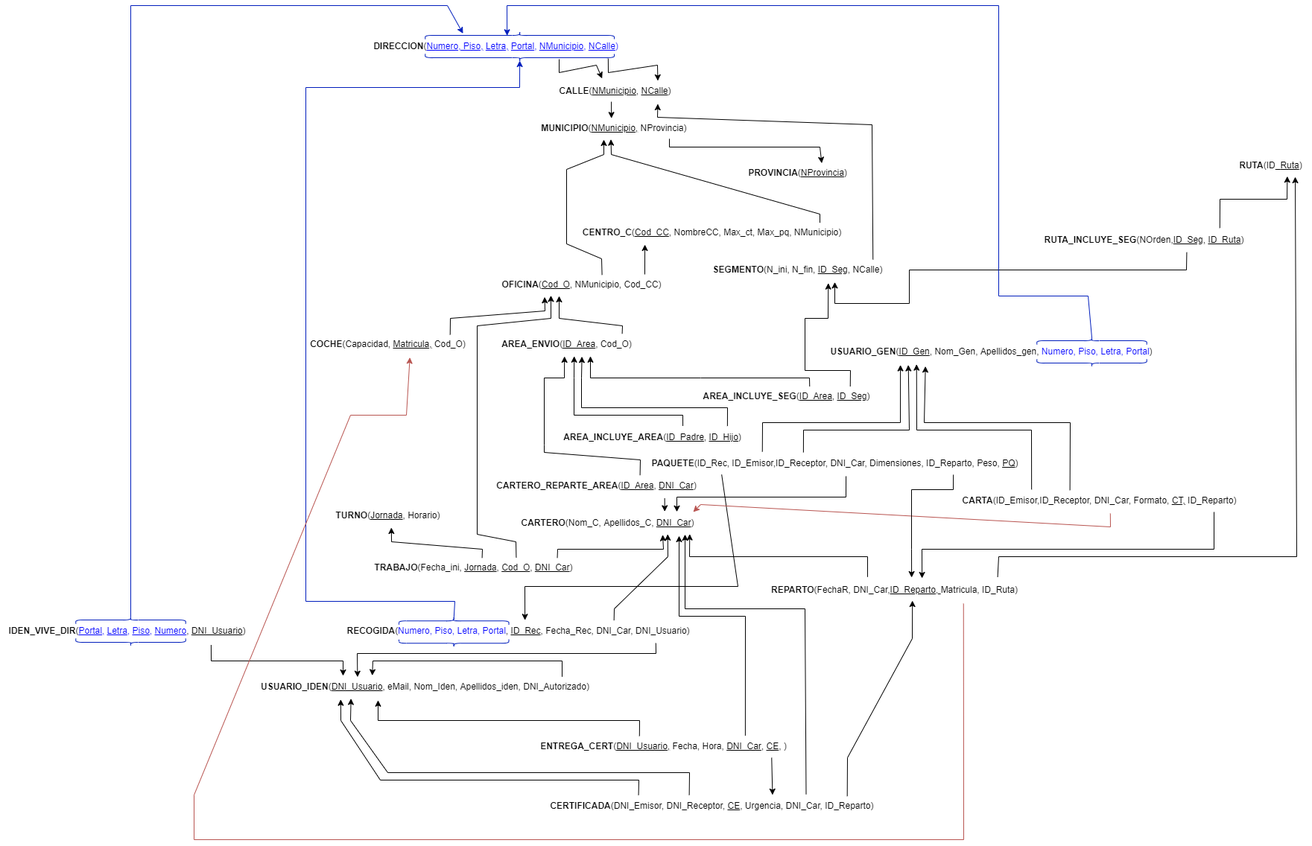
The draw.io diagram Hito1/Modelo relacional.drawio.png in ErYavi/BBDD22, before a commit. Source tidied: cells renumbered, new cells last; positions are measured from the earlier drawing's top-left corner, leaving out a move shared by most shapes.
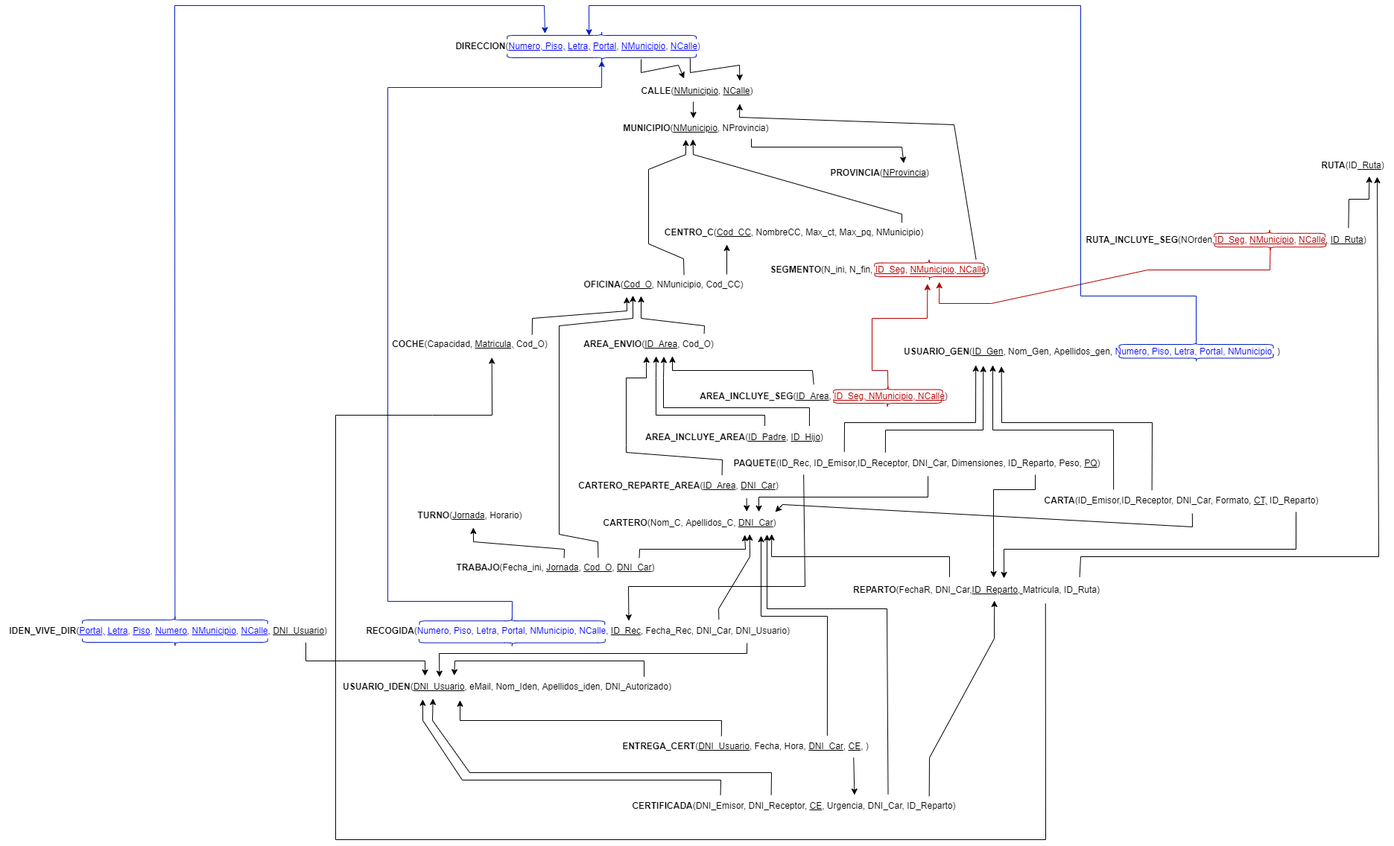
The same diagram one commit later.

Diff of the diagram source:
```diff
@@ -55,4 +55,4 @@
     </mxCell>
-    <mxCell id="13" value="&lt;b&gt;SEGMENTO&lt;/b&gt;(N_ini, N_fin, &lt;u&gt;ID_Seg&lt;/u&gt;, NCalle)" style="text;html=1;align=center;verticalAlign=middle;points=[];strokeColor=none;fillColor=none;" parent="1" vertex="1">
-      <mxGeometry x="945" y="427" width="250" height="30" as="geometry" />
+    <mxCell id="13" value="&lt;b&gt;SEGMENTO&lt;/b&gt;(N_ini, N_fin, &lt;font color=&quot;#b20000&quot;&gt;&lt;u&gt;ID_Seg&lt;/u&gt;, &lt;u&gt;NMunicipio&lt;/u&gt;,&lt;u&gt; NCalle&lt;/u&gt;&lt;/font&gt;)" style="text;html=1;align=center;verticalAlign=middle;points=[];strokeColor=none;fillColor=none;" parent="1" vertex="1">
+      <mxGeometry x="910" y="427" width="320" height="30" as="geometry" />
     </mxCell>
@@ -77,12 +77,12 @@
     </mxCell>
-    <mxCell id="17" value="&lt;b&gt;RUTA_INCLUYE_SEG&lt;/b&gt;(NOrden,&lt;u&gt;ID_Seg,&lt;/u&gt;&amp;nbsp;&lt;u&gt;ID_Ruta&lt;/u&gt;)" style="text;html=1;align=center;verticalAlign=middle;points=[];strokeColor=none;fillColor=none;" parent="1" vertex="1">
-      <mxGeometry x="1390" y="387" width="290" height="30" as="geometry" />
+    <mxCell id="17" value="&lt;b&gt;RUTA_INCLUYE_SEG&lt;/b&gt;(NOrden,&lt;font color=&quot;#b20000&quot;&gt;&lt;u&gt;ID_Seg&lt;/u&gt;,&amp;nbsp;&lt;u&gt;NMunicipio&lt;/u&gt;,&amp;nbsp;&lt;/font&gt;&lt;u&gt;&lt;font color=&quot;#b20000&quot;&gt;NCalle&lt;/font&gt;,&lt;/u&gt;&amp;nbsp;&lt;u&gt;ID_Ruta&lt;/u&gt;)" style="text;html=1;align=center;verticalAlign=middle;points=[];strokeColor=none;fillColor=none;" parent="1" vertex="1">
+      <mxGeometry x="1335" y="387" width="400" height="30" as="geometry" />
     </mxCell>
-    <mxCell id="18" style="endArrow=classic;html=1;rounded=0;entryX=0.7;entryY=1.044;entryDx=0;entryDy=0;entryPerimeter=0;exitX=0.698;exitY=1.044;exitDx=0;exitDy=0;exitPerimeter=0;" parent="1" edge="1" source="17" target="13">
+    <mxCell id="18" style="endArrow=classic;html=1;rounded=0;entryX=0.751;entryY=1.039;entryDx=0;entryDy=0;entryPerimeter=0;exitX=0.1;exitY=0.5;exitDx=0;exitDy=0;exitPerimeter=0;fillColor=#e51400;strokeColor=#B20000;" parent="1" edge="1" source="83" target="13">
       <mxGeometry relative="1" as="geometry">
         <Array as="points">
-          <mxPoint x="1592" y="442" />
-          <mxPoint x="1220" y="442" />
+          <mxPoint x="1594" y="442" />
+          <mxPoint x="1430" y="442" />
           <mxPoint x="1220" y="487" />
-          <mxPoint x="1120" y="487" />
+          <mxPoint x="1150" y="487" />
         </Array>
@@ -90,6 +90,6 @@
     </mxCell>
-    <mxCell id="19" style="endArrow=classic;html=1;rounded=0;entryX=0.703;entryY=0.975;entryDx=0;entryDy=0;entryPerimeter=0;exitX=0.851;exitY=-0.044;exitDx=0;exitDy=0;exitPerimeter=0;" parent="1" edge="1" source="17" target="12">
+    <mxCell id="19" style="endArrow=classic;html=1;rounded=0;entryX=0.703;entryY=0.975;entryDx=0;entryDy=0;entryPerimeter=0;exitX=0.911;exitY=-0.044;exitDx=0;exitDy=0;exitPerimeter=0;" parent="1" edge="1" source="17" target="12">
       <mxGeometry relative="1" as="geometry">
         <Array as="points">
-          <mxPoint x="1637" y="347" />
+          <mxPoint x="1700" y="347" />
           <mxPoint x="1727" y="347" />
@@ -131,11 +131,10 @@
     </mxCell>
-    <mxCell id="25" value="&lt;b&gt;AREA_INCLUYE_SEG&lt;/b&gt;(&lt;u&gt;ID_Area&lt;/u&gt;, &lt;u&gt;ID_Seg&lt;/u&gt;)" style="text;html=1;align=center;verticalAlign=middle;points=[];strokeColor=none;fillColor=none;" parent="1" vertex="1">
-      <mxGeometry x="930" y="597" width="250" height="30" as="geometry" />
+    <mxCell id="25" value="&lt;b&gt;AREA_INCLUYE_SEG&lt;/b&gt;(&lt;u&gt;ID_Area&lt;/u&gt;, &lt;u&gt;&lt;font color=&quot;#b20000&quot;&gt;ID_Seg,&amp;nbsp;&lt;/font&gt;&lt;/u&gt;&lt;u style=&quot;color: rgb(178, 0, 0);&quot;&gt;NMunicipio&lt;/u&gt;&lt;span style=&quot;color: rgb(178, 0, 0);&quot;&gt;,&lt;/span&gt;&lt;u style=&quot;color: rgb(178, 0, 0);&quot;&gt;&amp;nbsp;NCalle&lt;/u&gt;)" style="text;html=1;align=center;verticalAlign=middle;points=[];strokeColor=none;fillColor=none;" parent="1" vertex="1">
+      <mxGeometry x="815" y="597" width="360" height="30" as="geometry" />
     </mxCell>
-    <mxCell id="26" style="endArrow=classic;html=1;rounded=0;exitX=0.625;exitY=0.044;exitDx=0;exitDy=0;exitPerimeter=0;entryX=0.66;entryY=1.029;entryDx=0;entryDy=0;entryPerimeter=0;" parent="1" edge="1" source="25" target="20">
+    <mxCell id="26" style="endArrow=classic;html=1;rounded=0;exitX=0.463;exitY=-0.044;exitDx=0;exitDy=0;exitPerimeter=0;entryX=0.66;entryY=1.029;entryDx=0;entryDy=0;entryPerimeter=0;" parent="1" edge="1" source="25" target="20">
       <mxGeometry relative="1" as="geometry">
         <Array as="points">
-          <mxPoint x="1086" y="587" />
-          <mxPoint x="940" y="587" />
-          <mxPoint x="792" y="587" />
+          <mxPoint x="980" y="577" />
+          <mxPoint x="792" y="577" />
         </Array>
@@ -143,9 +142,9 @@
     </mxCell>
-    <mxCell id="27" style="endArrow=classic;html=1;rounded=0;exitX=0.843;exitY=0.044;exitDx=0;exitDy=0;exitPerimeter=0;entryX=0.665;entryY=1.09;entryDx=0;entryDy=0;entryPerimeter=0;" parent="1" edge="1" source="25" target="13">
+    <mxCell id="27" style="endArrow=classic;html=1;rounded=0;exitX=0.1;exitY=0.5;exitDx=0;exitDy=0;exitPerimeter=0;entryX=0.701;entryY=1.122;entryDx=0;entryDy=0;entryPerimeter=0;fillColor=#e51400;strokeColor=#B20000;" parent="1" edge="1" source="88" target="13">
       <mxGeometry relative="1" as="geometry">
         <Array as="points">
-          <mxPoint x="1141" y="577" />
-          <mxPoint x="1080" y="577" />
-          <mxPoint x="1080" y="507" />
-          <mxPoint x="1111" y="507" />
+          <mxPoint x="1081" y="577" />
+          <mxPoint x="1060" y="577" />
+          <mxPoint x="1060" y="507" />
+          <mxPoint x="1134" y="507" />
         </Array>
@@ -224,9 +223,9 @@
     </mxCell>
-    <mxCell id="40" value="&lt;b&gt;RECOGIDA&lt;/b&gt;(&lt;font color=&quot;#0000ff&quot;&gt;Numero, Piso, Letra, Portal&lt;/font&gt;,&amp;nbsp;&lt;u&gt;ID_Rec&lt;/u&gt;, Fecha_Rec, DNI_Car, DNI_Usuario)" style="text;html=1;align=center;verticalAlign=middle;points=[];strokeColor=none;fillColor=none;" parent="1" vertex="1">
-      <mxGeometry x="455" y="912" width="480" height="30" as="geometry" />
+    <mxCell id="40" value="&lt;b&gt;RECOGIDA&lt;/b&gt;(&lt;font color=&quot;#0000ff&quot;&gt;Numero, Piso, Letra, Portal&lt;/font&gt;, &lt;font color=&quot;#0000ff&quot;&gt;NMunicipio, NCalle,&lt;/font&gt;&amp;nbsp;&lt;u&gt;ID_Rec&lt;/u&gt;, Fecha_Rec, DNI_Car, DNI_Usuario)" style="text;html=1;align=center;verticalAlign=middle;points=[];strokeColor=none;fillColor=none;" parent="1" vertex="1">
+      <mxGeometry x="370" y="912" width="590" height="30" as="geometry" />
     </mxCell>
-    <mxCell id="41" style="endArrow=classic;html=1;rounded=0;entryX=0.823;entryY=0.994;entryDx=0;entryDy=0;entryPerimeter=0;exitX=0.768;exitY=0.019;exitDx=0;exitDy=0;exitPerimeter=0;" parent="1" edge="1" source="40" target="30">
+    <mxCell id="41" style="endArrow=classic;html=1;rounded=0;entryX=0.823;entryY=0.994;entryDx=0;entryDy=0;entryPerimeter=0;exitX=0.821;exitY=-0.017;exitDx=0;exitDy=0;exitPerimeter=0;" parent="1" edge="1" source="40" target="30">
       <mxGeometry relative="1" as="geometry">
         <Array as="points">
-          <mxPoint x="824" y="897" />
+          <mxPoint x="854" y="897" />
           <mxPoint x="896" y="827" />
@@ -238,3 +237,3 @@
         <Array as="points">
-          <mxPoint x="610" y="887" />
+          <mxPoint x="577" y="887" />
           <mxPoint x="410" y="887" />
@@ -259,3 +258,3 @@
         <Array as="points">
-          <mxPoint x="880" y="957" />
+          <mxPoint x="892" y="957" />
           <mxPoint x="479" y="957" />
@@ -323,9 +322,9 @@
     </mxCell>
-    <mxCell id="55" value="&lt;b&gt;USUARIO_GEN&lt;/b&gt;(&lt;u&gt;ID_Gen&lt;/u&gt;, Nom_Gen, Apellidos_gen, &lt;font color=&quot;#0000ff&quot;&gt;Numero, Piso, Letra, Portal&lt;/font&gt;)" style="text;html=1;align=center;verticalAlign=middle;points=[];strokeColor=none;fillColor=none;" parent="1" vertex="1">
-      <mxGeometry x="1100" y="537" width="460" height="30" as="geometry" />
+    <mxCell id="55" value="&lt;b&gt;USUARIO_GEN&lt;/b&gt;(&lt;u&gt;ID_Gen&lt;/u&gt;, Nom_Gen, Apellidos_gen, &lt;font color=&quot;#0000ff&quot;&gt;Numero, Piso, Letra, Portal, NMunicipio,&amp;nbsp;&lt;/font&gt;)" style="text;html=1;align=center;verticalAlign=middle;points=[];strokeColor=none;fillColor=none;" parent="1" vertex="1">
+      <mxGeometry x="1090" y="537" width="530" height="30" as="geometry" />
     </mxCell>
-    <mxCell id="56" value="&lt;b&gt;IDEN_VIVE_DIR&lt;/b&gt;(&lt;font color=&quot;#0000ff&quot;&gt;&lt;u&gt;Portal,&lt;/u&gt;&amp;nbsp;&lt;u&gt;Letra&lt;/u&gt;, &lt;u&gt;Piso&lt;/u&gt;, &lt;u&gt;Numero&lt;/u&gt;&lt;/font&gt;, &lt;u&gt;DNI_Usuario&lt;/u&gt;)" style="text;html=1;align=center;verticalAlign=middle;points=[];strokeColor=none;fillColor=none;" parent="1" vertex="1">
-      <mxGeometry y="912" width="340" height="30" as="geometry" />
+    <mxCell id="56" value="&lt;b&gt;IDEN_VIVE_DIR&lt;/b&gt;(&lt;font color=&quot;#0000ff&quot;&gt;&lt;u&gt;Portal,&lt;/u&gt;&amp;nbsp;&lt;u&gt;Letra&lt;/u&gt;, &lt;u&gt;Piso&lt;/u&gt;, &lt;u&gt;Numero,&lt;/u&gt;&amp;nbsp;&lt;u&gt;NMunicipio&lt;/u&gt;, &lt;u&gt;NCalle&lt;/u&gt;&lt;/font&gt;, &lt;u&gt;DNI_Usuario&lt;/u&gt;)" style="text;html=1;align=center;verticalAlign=middle;points=[];strokeColor=none;fillColor=none;" parent="1" vertex="1">
+      <mxGeometry x="-110" y="912" width="450" height="30" as="geometry" />
     </mxCell>
-    <mxCell id="57" style="endArrow=classic;html=1;rounded=0;exitX=0.832;exitY=1.117;exitDx=0;exitDy=0;exitPerimeter=0;" parent="1" edge="1" source="56">
+    <mxCell id="57" style="endArrow=classic;html=1;rounded=0;exitX=0.911;exitY=1.011;exitDx=0;exitDy=0;exitPerimeter=0;" parent="1" edge="1" source="56">
       <mxGeometry relative="1" as="geometry">
@@ -333,3 +332,3 @@
         <Array as="points">
-          <mxPoint x="283" y="967" />
+          <mxPoint x="300" y="967" />
           <mxPoint x="460" y="967" />
@@ -341,4 +340,4 @@
         <Array as="points">
-          <mxPoint x="175" y="87" />
-          <mxPoint x="600" y="87" />
+          <mxPoint x="124" y="87" />
+          <mxPoint x="620" y="87" />
         </Array>
@@ -349,3 +348,3 @@
         <Array as="points">
-          <mxPoint x="1460" y="477" />
+          <mxPoint x="1495" y="477" />
           <mxPoint x="1340" y="477" />
@@ -362,3 +361,3 @@
     </mxCell>
-    <mxCell id="62" style="endArrow=classic;html=1;rounded=0;exitX=0.419;exitY=0;exitDx=0;exitDy=0;exitPerimeter=0;entryX=0.258;entryY=1.085;entryDx=0;entryDy=0;entryPerimeter=0;" parent="1" edge="1" source="60" target="55">
+    <mxCell id="62" style="endArrow=classic;html=1;rounded=0;exitX=0.419;exitY=0;exitDx=0;exitDy=0;exitPerimeter=0;entryX=0.225;entryY=1.122;entryDx=0;entryDy=0;entryPerimeter=0;" parent="1" edge="1" source="60" target="55">
       <mxGeometry relative="1" as="geometry">
@@ -366,3 +365,3 @@
           <mxPoint x="1078" y="657" />
-          <mxPoint x="1220" y="657" />
+          <mxPoint x="1209" y="657" />
         </Array>
@@ -370,3 +369,3 @@
     </mxCell>
-    <mxCell id="63" style="endArrow=classic;html=1;rounded=0;entryX=0.235;entryY=1.085;entryDx=0;entryDy=0;entryPerimeter=0;exitX=0.313;exitY=-0.033;exitDx=0;exitDy=0;exitPerimeter=0;" parent="1" edge="1" source="60" target="55">
+    <mxCell id="63" style="endArrow=classic;html=1;rounded=0;entryX=0.206;entryY=1.094;entryDx=0;entryDy=0;entryPerimeter=0;exitX=0.313;exitY=-0.033;exitDx=0;exitDy=0;exitPerimeter=0;" parent="1" edge="1" source="60" target="55">
       <mxGeometry relative="1" as="geometry">
@@ -374,3 +373,3 @@
           <mxPoint x="1023" y="647" />
-          <mxPoint x="1208" y="647" />
+          <mxPoint x="1199" y="647" />
         </Array>
@@ -378,7 +377,7 @@
     </mxCell>
-    <mxCell id="64" style="endArrow=classic;html=1;rounded=0;exitX=0.208;exitY=0.994;exitDx=0;exitDy=0;exitPerimeter=0;entryX=0.519;entryY=0.009;entryDx=0;entryDy=0;entryPerimeter=0;" parent="1" edge="1" source="60" target="40">
+    <mxCell id="64" style="endArrow=classic;html=1;rounded=0;exitX=0.208;exitY=0.994;exitDx=0;exitDy=0;exitPerimeter=0;entryX=0.616;entryY=0.039;entryDx=0;entryDy=0;entryPerimeter=0;" parent="1" edge="1" source="60" target="40">
       <mxGeometry relative="1" as="geometry">
         <Array as="points">
-          <mxPoint x="990" y="867" />
-          <mxPoint x="704" y="867" />
+          <mxPoint x="970" y="867" />
+          <mxPoint x="733" y="867" />
         </Array>
@@ -394,3 +393,3 @@
     </mxCell>
-    <mxCell id="66" style="endArrow=classic;html=1;rounded=0;exitX=0.267;exitY=-0.006;exitDx=0;exitDy=0;exitPerimeter=0;entryX=0.282;entryY=1.055;entryDx=0;entryDy=0;entryPerimeter=0;" parent="1" edge="1" source="61" target="55">
+    <mxCell id="66" style="endArrow=classic;html=1;rounded=0;exitX=0.267;exitY=-0.006;exitDx=0;exitDy=0;exitPerimeter=0;entryX=0.249;entryY=1.094;entryDx=0;entryDy=0;entryPerimeter=0;" parent="1" edge="1" source="61" target="55">
       <mxGeometry relative="1" as="geometry">
@@ -398,3 +397,3 @@
           <mxPoint x="1384" y="657" />
-          <mxPoint x="1230" y="657" />
+          <mxPoint x="1222" y="657" />
         </Array>
@@ -402,3 +401,3 @@
     </mxCell>
-    <mxCell id="67" style="endArrow=classic;html=1;rounded=0;exitX=0.399;exitY=0.024;exitDx=0;exitDy=0;exitPerimeter=0;entryX=0.308;entryY=1.145;entryDx=0;entryDy=0;entryPerimeter=0;" parent="1" edge="1" source="61" target="55">
+    <mxCell id="67" style="endArrow=classic;html=1;rounded=0;exitX=0.399;exitY=0.024;exitDx=0;exitDy=0;exitPerimeter=0;entryX=0.271;entryY=1.15;entryDx=0;entryDy=0;entryPerimeter=0;" parent="1" edge="1" source="61" target="55">
       <mxGeometry relative="1" as="geometry">
@@ -406,3 +405,3 @@
           <mxPoint x="1436" y="647" />
-          <mxPoint x="1240" y="647" />
+          <mxPoint x="1234" y="647" />
         </Array>
@@ -410,3 +409,3 @@
     </mxCell>
-    <mxCell id="68" style="endArrow=classic;html=1;rounded=0;exitX=0.538;exitY=1.067;exitDx=0;exitDy=0;exitPerimeter=0;fillColor=#f8cecc;strokeColor=#b85450;" parent="1" edge="1" source="61">
+    <mxCell id="68" style="endArrow=classic;html=1;rounded=0;exitX=0.538;exitY=1.067;exitDx=0;exitDy=0;exitPerimeter=0;fillColor=#f8cecc;strokeColor=#000000;" parent="1" edge="1" source="61">
       <mxGeometry relative="1" as="geometry">
@@ -430,3 +429,3 @@
     </mxCell>
-    <mxCell id="71" style="endArrow=classic;html=1;rounded=0;exitX=0.765;exitY=1.102;exitDx=0;exitDy=0;exitPerimeter=0;entryX=0.629;entryY=1.082;entryDx=0;entryDy=0;entryPerimeter=0;fillColor=#f8cecc;strokeColor=#b85450;" parent="1" edge="1" source="28" target="69">
+    <mxCell id="71" style="endArrow=classic;html=1;rounded=0;exitX=0.765;exitY=1.102;exitDx=0;exitDy=0;exitPerimeter=0;entryX=0.629;entryY=1.082;entryDx=0;entryDy=0;entryPerimeter=0;fillColor=#f8cecc;strokeColor=#000000;" parent="1" edge="1" source="28" target="69">
       <mxGeometry relative="1" as="geometry">
@@ -434,6 +433,6 @@
           <mxPoint x="1293" y="1207" />
-          <mxPoint x="260" y="1207" />
-          <mxPoint x="260" y="1147" />
+          <mxPoint x="340" y="1207" />
+          <mxPoint x="340" y="637" />
           <mxPoint x="470" y="637" />
-          <mxPoint x="545" y="637" />
+          <mxPoint x="550" y="637" />
         </Array>
@@ -459,12 +458,12 @@
     <mxCell id="74" style="shape=curlyBracket;whiteSpace=wrap;html=1;rounded=1;flipH=1;labelPosition=right;verticalLabelPosition=middle;align=left;verticalAlign=middle;fontColor=#ffffff;rotation=90;fillColor=#0050ef;strokeColor=#001DBC;" parent="1" vertex="1">
-      <mxGeometry x="603.8" y="869.5" width="10" height="147.5" as="geometry" />
+      <mxGeometry x="571.9" y="817.6" width="10" height="250" as="geometry" />
     </mxCell>
     <mxCell id="75" style="shape=curlyBracket;whiteSpace=wrap;html=1;rounded=1;flipH=1;labelPosition=right;verticalLabelPosition=middle;align=left;verticalAlign=middle;fontColor=#ffffff;rotation=-90;fillColor=#0050ef;strokeColor=#001DBC;" parent="1" vertex="1">
-      <mxGeometry x="603.8" y="839.5" width="10" height="147.5" as="geometry" />
+      <mxGeometry x="571.9" y="788.9" width="10" height="248.8" as="geometry" />
     </mxCell>
     <mxCell id="76" style="shape=curlyBracket;whiteSpace=wrap;html=1;rounded=1;flipH=1;labelPosition=right;verticalLabelPosition=middle;align=left;verticalAlign=middle;fontColor=#ffffff;rotation=90;fillColor=#0050ef;strokeColor=#001DBC;" parent="1" vertex="1">
-      <mxGeometry x="170" y="868.2" width="10" height="147.5" as="geometry" />
+      <mxGeometry x="119.4" y="817.6" width="10" height="248.8" as="geometry" />
     </mxCell>
     <mxCell id="77" style="shape=curlyBracket;whiteSpace=wrap;html=1;rounded=1;flipH=1;labelPosition=right;verticalLabelPosition=middle;align=left;verticalAlign=middle;fontColor=#ffffff;rotation=-90;fillColor=#0050ef;strokeColor=#001DBC;" parent="1" vertex="1">
-      <mxGeometry x="170" y="838.2" width="10" height="147.5" as="geometry" />
+      <mxGeometry x="119.4" y="787.6" width="10" height="248.8" as="geometry" />
     </mxCell>
@@ -477,6 +476,6 @@
     <mxCell id="80" style="shape=curlyBracket;whiteSpace=wrap;html=1;rounded=1;flipH=1;labelPosition=right;verticalLabelPosition=middle;align=left;verticalAlign=middle;fontColor=#ffffff;rotation=90;fillColor=#0050ef;strokeColor=#001DBC;" parent="1" vertex="1">
-      <mxGeometry x="1460" y="493.2" width="10" height="147.5" as="geometry" />
+      <mxGeometry x="1490" y="457" width="10" height="206.9" as="geometry" />
     </mxCell>
     <mxCell id="81" style="shape=curlyBracket;whiteSpace=wrap;html=1;rounded=1;flipH=1;labelPosition=right;verticalLabelPosition=middle;align=left;verticalAlign=middle;fontColor=#ffffff;rotation=-90;fillColor=#0050ef;strokeColor=#001DBC;" parent="1" vertex="1">
-      <mxGeometry x="1460" y="463.2" width="10" height="147.5" as="geometry" />
+      <mxGeometry x="1490" y="438.6" width="10" height="206.9" as="geometry" />
     </mxCell>
@@ -490,2 +489,20 @@
     </mxCell>
+    <mxCell id="83" style="shape=curlyBracket;whiteSpace=wrap;html=1;rounded=1;flipH=1;labelPosition=right;verticalLabelPosition=middle;align=left;verticalAlign=middle;fontColor=#ffffff;rotation=90;fillColor=#e51400;strokeColor=#B20000;" parent="1" vertex="1">
+      <mxGeometry x="1589.4" y="336.4" width="10" height="149.6" as="geometry" />
+    </mxCell>
+    <mxCell id="84" style="shape=curlyBracket;whiteSpace=wrap;html=1;rounded=1;flipH=1;labelPosition=right;verticalLabelPosition=middle;align=left;verticalAlign=middle;fontColor=#ffffff;rotation=-90;fillColor=#e51400;strokeColor=#B20000;" parent="1" vertex="1">
+      <mxGeometry x="1588.6" y="318.4" width="10" height="148.8" as="geometry" />
+    </mxCell>
+    <mxCell id="85" style="shape=curlyBracket;whiteSpace=wrap;html=1;rounded=1;flipH=1;labelPosition=right;verticalLabelPosition=middle;align=left;verticalAlign=middle;fontColor=#ffffff;rotation=90;fillColor=#e51400;strokeColor=#B20000;" parent="1" vertex="1">
+      <mxGeometry x="1132" y="377.4" width="10" height="147.2" as="geometry" />
+    </mxCell>
+    <mxCell id="86" style="shape=curlyBracket;whiteSpace=wrap;html=1;rounded=1;flipH=1;labelPosition=right;verticalLabelPosition=middle;align=left;verticalAlign=middle;fontColor=#ffffff;rotation=-90;fillColor=#e51400;strokeColor=#B20000;" parent="1" vertex="1">
+      <mxGeometry x="1131.6" y="359" width="10" height="147.2" as="geometry" />
+    </mxCell>
+    <mxCell id="87" style="shape=curlyBracket;whiteSpace=wrap;html=1;rounded=1;flipH=1;labelPosition=right;verticalLabelPosition=middle;align=left;verticalAlign=middle;fontColor=#ffffff;rotation=90;fillColor=#e51400;strokeColor=#B20000;" parent="1" vertex="1">
+      <mxGeometry x="1075.6" y="548.8" width="10" height="144.4" as="geometry" />
+    </mxCell>
+    <mxCell id="88" style="shape=curlyBracket;whiteSpace=wrap;html=1;rounded=1;flipH=1;labelPosition=right;verticalLabelPosition=middle;align=left;verticalAlign=middle;fontColor=#ffffff;rotation=-90;fillColor=#e51400;strokeColor=#B20000;" parent="1" vertex="1">
+      <mxGeometry x="1076.3" y="529.3" width="10" height="146.6" as="geometry" />
+    </mxCell>
   </root>
```
